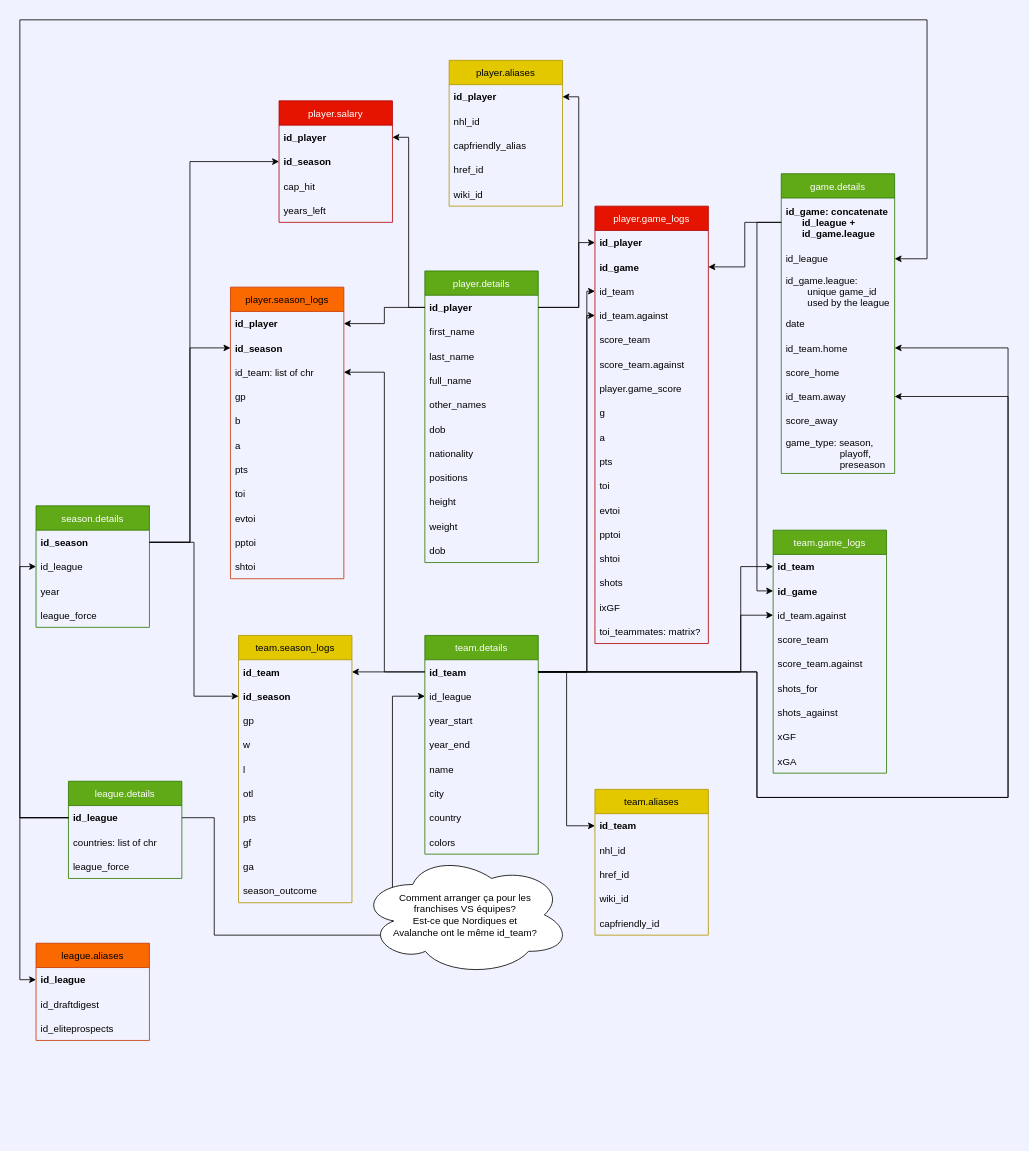
Before: diagrams/trade_elements/global_diagram.drawio in hubcad25/nhl_trade_market, a draw.io diagram. Source tidied: cells renumbered, new cells numbered last; positions are measured from the earlier drawing's top-left corner, leaving out a move shared by most shapes. Both pictures are drawn from the tidied source at 81%, with x=0, y=0 at pixel (19, 19).
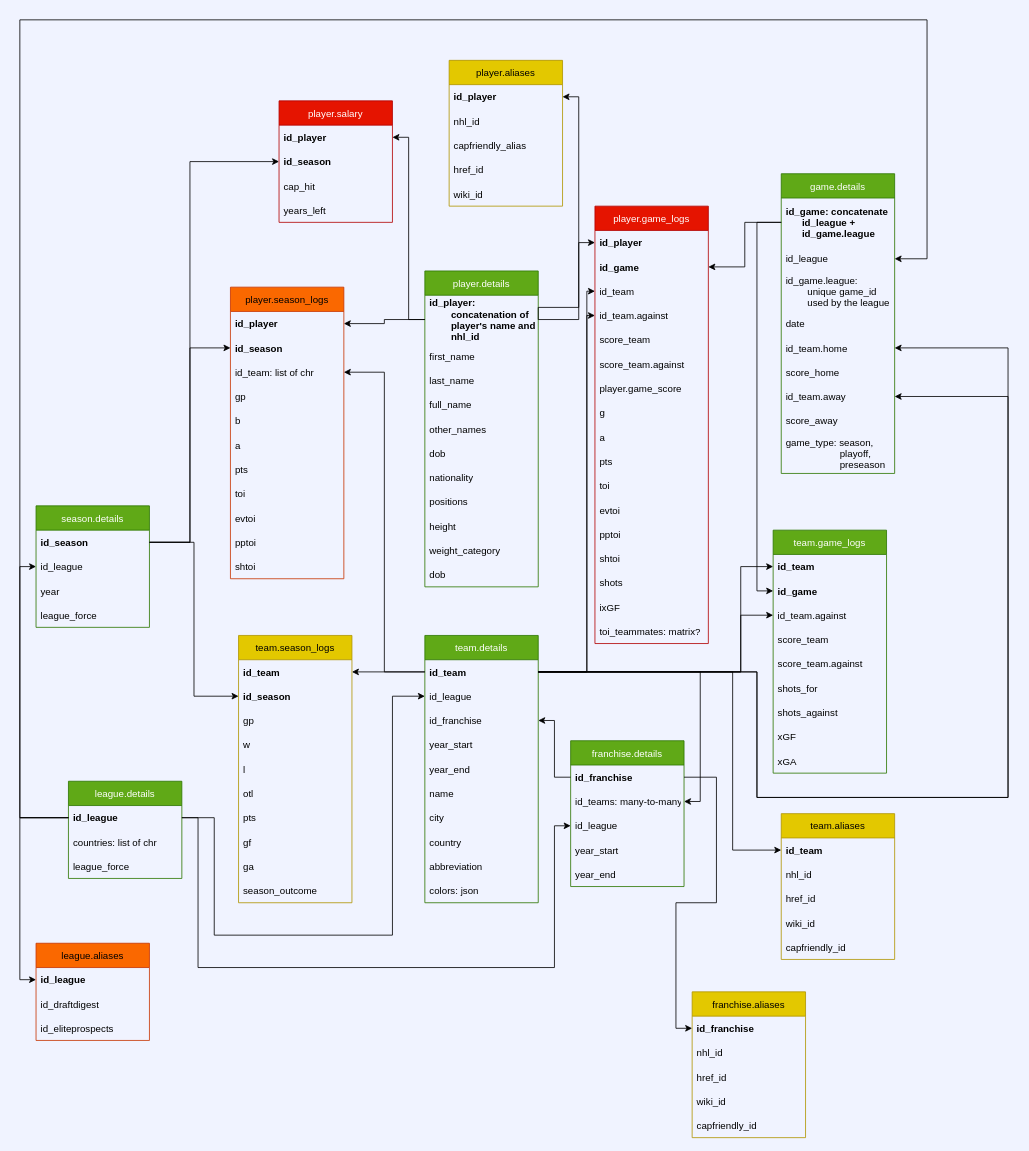
After the change.

Unchanged cells that the change refers to:
```xml
<mxCell id="56" value="id_team" style="text;strokeColor=none;fillColor=none;align=left;verticalAlign=middle;spacingLeft=4;spacingRight=4;overflow=hidden;points=[[0,0.5],[1,0.5]];portConstraint=eastwest;fontStyle=1;" parent="55" vertex="1">
  <mxGeometry y="30" width="140" height="30" as="geometry" />
</mxCell>
<mxCell id="65" value="id_team" style="text;strokeColor=none;fillColor=none;align=left;verticalAlign=middle;spacingLeft=4;spacingRight=4;overflow=hidden;points=[[0,0.5],[1,0.5]];portConstraint=eastwest;fontStyle=1;" parent="64" vertex="1">
  <mxGeometry y="30" width="140" height="30" as="geometry" />
</mxCell>
<mxCell id="97" value="id_league" style="text;strokeColor=none;fillColor=none;align=left;verticalAlign=middle;spacingLeft=4;spacingRight=4;overflow=hidden;points=[[0,0.5],[1,0.5]];portConstraint=eastwest;fontStyle=1;" parent="96" vertex="1">
  <mxGeometry y="30" width="140" height="30" as="geometry" />
</mxCell>
```

Diff of the diagram source:
```diff
@@
     <mxCell id="2" value="player.details" style="swimlane;fontStyle=0;horizontal=1;startSize=30;fillColor=#60a917;strokeColor=#2D7600;fontColor=#ffffff;" parent="1" vertex="1">
-      <mxGeometry x="500" y="310" width="140" height="360" as="geometry" />
+      <mxGeometry x="500" y="310" width="140" height="390" as="geometry" />
     </mxCell>
-    <mxCell id="3" value="id_player" style="text;strokeColor=none;fillColor=none;align=left;verticalAlign=middle;spacingLeft=4;spacingRight=4;overflow=hidden;points=[[0,0.5],[1,0.5]];portConstraint=eastwest;fontStyle=1;" parent="2" vertex="1">
-      <mxGeometry y="30" width="140" height="30" as="geometry" />
+    <mxCell id="3" value="id_player:&#10;        concatenation of&#10;        player's name and&#10;        nhl_id " style="text;strokeColor=none;fillColor=none;align=left;verticalAlign=middle;spacingLeft=4;spacingRight=4;overflow=hidden;points=[[0,0.5],[1,0.5]];portConstraint=eastwest;fontStyle=1;" parent="2" vertex="1">
+      <mxGeometry y="30" width="140" height="60" as="geometry" />
     </mxCell>
     <mxCell id="4" value="first_name   " style="text;strokeColor=none;fillColor=none;align=left;verticalAlign=middle;spacingLeft=4;spacingRight=4;overflow=hidden;" parent="2" vertex="1">
-      <mxGeometry y="60" width="140" height="30" as="geometry" />
+      <mxGeometry y="90" width="140" height="30" as="geometry" />
     </mxCell>
     <mxCell id="5" value="last_name" style="text;strokeColor=none;fillColor=none;align=left;verticalAlign=middle;spacingLeft=4;spacingRight=4;overflow=hidden;" parent="2" vertex="1">
-      <mxGeometry y="90" width="140" height="30" as="geometry" />
+      <mxGeometry y="120" width="140" height="30" as="geometry" />
     </mxCell>
     <mxCell id="6" value="full_name" style="text;strokeColor=none;fillColor=none;align=left;verticalAlign=middle;spacingLeft=4;spacingRight=4;overflow=hidden;" parent="2" vertex="1">
-      <mxGeometry y="120" width="140" height="30" as="geometry" />
+      <mxGeometry y="150" width="140" height="30" as="geometry" />
     </mxCell>
     <mxCell id="7" value="other_names" style="text;strokeColor=none;fillColor=none;align=left;verticalAlign=middle;spacingLeft=4;spacingRight=4;overflow=hidden;" parent="2" vertex="1">
-      <mxGeometry y="150" width="140" height="30" as="geometry" />
+      <mxGeometry y="180" width="140" height="30" as="geometry" />
     </mxCell>
     <mxCell id="8" value="dob" style="text;strokeColor=none;fillColor=none;align=left;verticalAlign=middle;spacingLeft=4;spacingRight=4;overflow=hidden;" parent="2" vertex="1">
-      <mxGeometry y="180" width="140" height="30" as="geometry" />
+      <mxGeometry y="210" width="140" height="30" as="geometry" />
     </mxCell>
     <mxCell id="9" value="nationality" style="text;strokeColor=none;fillColor=none;align=left;verticalAlign=middle;spacingLeft=4;spacingRight=4;overflow=hidden;" parent="2" vertex="1">
-      <mxGeometry y="210" width="140" height="30" as="geometry" />
+      <mxGeometry y="240" width="140" height="30" as="geometry" />
     </mxCell>
     <mxCell id="10" value="positions" style="text;strokeColor=none;fillColor=none;align=left;verticalAlign=middle;spacingLeft=4;spacingRight=4;overflow=hidden;" parent="2" vertex="1">
-      <mxGeometry y="240" width="140" height="30" as="geometry" />
+      <mxGeometry y="270" width="140" height="30" as="geometry" />
     </mxCell>
     <mxCell id="11" value="height" style="text;strokeColor=none;fillColor=none;align=left;verticalAlign=middle;spacingLeft=4;spacingRight=4;overflow=hidden;" parent="2" vertex="1">
-      <mxGeometry y="270" width="140" height="30" as="geometry" />
+      <mxGeometry y="300" width="140" height="30" as="geometry" />
     </mxCell>
-    <mxCell id="12" value="weight" style="text;strokeColor=none;fillColor=none;align=left;verticalAlign=middle;spacingLeft=4;spacingRight=4;overflow=hidden;" parent="2" vertex="1">
-      <mxGeometry y="300" width="140" height="30" as="geometry" />
+    <mxCell id="12" value="weight_category" style="text;strokeColor=none;fillColor=none;align=left;verticalAlign=middle;spacingLeft=4;spacingRight=4;overflow=hidden;" parent="2" vertex="1">
+      <mxGeometry y="330" width="140" height="30" as="geometry" />
     </mxCell>
     <mxCell id="13" value="dob" style="text;strokeColor=none;fillColor=none;align=left;verticalAlign=middle;spacingLeft=4;spacingRight=4;overflow=hidden;" parent="2" vertex="1">
-      <mxGeometry y="330" width="140" height="30" as="geometry" />
+      <mxGeometry y="360" width="140" height="30" as="geometry" />
     </mxCell>
@@
     <mxCell id="55" value="team.details" style="swimlane;fontStyle=0;horizontal=1;startSize=30;fillColor=#60a917;fontColor=#ffffff;strokeColor=#2D7600;" parent="1" vertex="1">
-      <mxGeometry x="500" y="760" width="140" height="270" as="geometry" />
+      <mxGeometry x="500" y="760" width="140" height="330" as="geometry" />
     </mxCell>
@@
-    <mxCell id="58" value="year_start" style="text;strokeColor=none;fillColor=none;align=left;verticalAlign=middle;spacingLeft=4;spacingRight=4;overflow=hidden;points=[[0,0.5],[1,0.5]];portConstraint=eastwest;" parent="55" vertex="1">
+    <mxCell id="58" value="id_franchise" style="text;strokeColor=none;fillColor=none;align=left;verticalAlign=middle;spacingLeft=4;spacingRight=4;overflow=hidden;points=[[0,0.5],[1,0.5]];portConstraint=eastwest;" parent="55" vertex="1">
       <mxGeometry y="90" width="140" height="30" as="geometry" />
     </mxCell>
+    <mxCell id="137" value="year_start" style="text;strokeColor=none;fillColor=none;align=left;verticalAlign=middle;spacingLeft=4;spacingRight=4;overflow=hidden;" parent="55" vertex="1">
+      <mxGeometry y="120" width="140" height="30" as="geometry" />
+    </mxCell>
     <mxCell id="59" value="year_end" style="text;strokeColor=none;fillColor=none;align=left;verticalAlign=middle;spacingLeft=4;spacingRight=4;overflow=hidden;" parent="55" vertex="1">
-      <mxGeometry y="120" width="140" height="30" as="geometry" />
+      <mxGeometry y="150" width="140" height="30" as="geometry" />
     </mxCell>
     <mxCell id="60" value="name" style="text;strokeColor=none;fillColor=none;align=left;verticalAlign=middle;spacingLeft=4;spacingRight=4;overflow=hidden;" parent="55" vertex="1">
-      <mxGeometry y="150" width="140" height="30" as="geometry" />
+      <mxGeometry y="180" width="140" height="30" as="geometry" />
     </mxCell>
     <mxCell id="61" value="city" style="text;strokeColor=none;fillColor=none;align=left;verticalAlign=middle;spacingLeft=4;spacingRight=4;overflow=hidden;" parent="55" vertex="1">
-      <mxGeometry y="180" width="140" height="30" as="geometry" />
+      <mxGeometry y="210" width="140" height="30" as="geometry" />
     </mxCell>
     <mxCell id="62" value="country" style="text;strokeColor=none;fillColor=none;align=left;verticalAlign=middle;spacingLeft=4;spacingRight=4;overflow=hidden;" parent="55" vertex="1">
-      <mxGeometry y="210" width="140" height="30" as="geometry" />
+      <mxGeometry y="240" width="140" height="30" as="geometry" />
     </mxCell>
+    <mxCell id="138" value="abbreviation" style="text;strokeColor=none;fillColor=none;align=left;verticalAlign=middle;spacingLeft=4;spacingRight=4;overflow=hidden;" parent="55" vertex="1">
+      <mxGeometry y="270" width="140" height="30" as="geometry" />
+    </mxCell>
-    <mxCell id="63" value="colors" style="text;strokeColor=none;fillColor=none;align=left;verticalAlign=middle;spacingLeft=4;spacingRight=4;overflow=hidden;" parent="55" vertex="1">
-      <mxGeometry y="240" width="140" height="30" as="geometry" />
+    <mxCell id="63" value="colors: json" style="text;strokeColor=none;fillColor=none;align=left;verticalAlign=middle;spacingLeft=4;spacingRight=4;overflow=hidden;" parent="55" vertex="1">
+      <mxGeometry y="300" width="140" height="30" as="geometry" />
     </mxCell>
     <mxCell id="64" value="team.aliases" style="swimlane;fontStyle=0;horizontal=1;startSize=30;fillColor=#e3c800;fontColor=#000000;strokeColor=#B09500;" parent="1" vertex="1">
-      <mxGeometry x="710" y="950" width="140" height="180" as="geometry" />
+      <mxGeometry x="940" y="980" width="140" height="180" as="geometry" />
     </mxCell>
@@
     <mxCell id="127" style="edgeStyle=orthogonalEdgeStyle;rounded=0;jettySize=auto;html=1;exitX=1;exitY=0.5;exitDx=0;exitDy=0;" parent="1" edge="1" source="56" target="65">
-      <mxGeometry relative="1" as="geometry" />
+      <mxGeometry relative="1" as="geometry">
+        <Array as="points">
+          <mxPoint x="880" y="805" />
+          <mxPoint x="880" y="1025" />
+        </Array>
+      </mxGeometry>
     </mxCell>
@@
-    <mxCell id="136" value="Comment arranger ça pour les&lt;br&gt;franchises VS équipes?&lt;br&gt;Est-ce que Nordiques et&lt;br&gt;Avalanche ont le même id_team?" style="ellipse;shape=cloud;whiteSpace=wrap;html=1;" parent="1" vertex="1">
-      <mxGeometry x="420" y="1030" width="260" height="150" as="geometry" />
-    </mxCell>
+    <mxCell id="139" value="franchise.details" style="swimlane;fontStyle=0;horizontal=1;startSize=30;fillColor=#60a917;fontColor=#ffffff;strokeColor=#2D7600;" parent="1" vertex="1">
+      <mxGeometry x="680" y="890" width="140" height="180" as="geometry" />
+    </mxCell>
+    <mxCell id="140" value="id_franchise" style="text;strokeColor=none;fillColor=none;align=left;verticalAlign=middle;spacingLeft=4;spacingRight=4;overflow=hidden;points=[[0,0.5],[1,0.5]];portConstraint=eastwest;fontStyle=1;" parent="139" vertex="1">
+      <mxGeometry y="30" width="140" height="30" as="geometry" />
+    </mxCell>
+    <mxCell id="141" value="id_teams: many-to-many" style="text;strokeColor=none;fillColor=none;align=left;verticalAlign=middle;spacingLeft=4;spacingRight=4;overflow=hidden;points=[[0,0.5],[1,0.5]];portConstraint=eastwest;" parent="139" vertex="1">
+      <mxGeometry y="60" width="140" height="30" as="geometry" />
+    </mxCell>
+    <mxCell id="142" value="id_league" style="text;strokeColor=none;fillColor=none;align=left;verticalAlign=middle;spacingLeft=4;spacingRight=4;overflow=hidden;points=[[0,0.5],[1,0.5]];portConstraint=eastwest;" parent="139" vertex="1">
+      <mxGeometry y="90" width="140" height="30" as="geometry" />
+    </mxCell>
+    <mxCell id="143" value="year_start" style="text;strokeColor=none;fillColor=none;align=left;verticalAlign=middle;spacingLeft=4;spacingRight=4;overflow=hidden;" parent="139" vertex="1">
+      <mxGeometry y="120" width="140" height="30" as="geometry" />
+    </mxCell>
+    <mxCell id="144" value="year_end" style="text;strokeColor=none;fillColor=none;align=left;verticalAlign=middle;spacingLeft=4;spacingRight=4;overflow=hidden;" parent="139" vertex="1">
+      <mxGeometry y="150" width="140" height="30" as="geometry" />
+    </mxCell>
+    <mxCell id="145" style="edgeStyle=orthogonalEdgeStyle;rounded=0;jettySize=auto;html=1;exitX=0;exitY=0.5;exitDx=0;exitDy=0;" parent="1" edge="1" source="140" target="58">
+      <mxGeometry relative="1" as="geometry" />
+    </mxCell>
+    <mxCell id="146" style="edgeStyle=orthogonalEdgeStyle;rounded=0;jettySize=auto;html=1;exitX=1;exitY=0.5;exitDx=0;exitDy=0;" parent="1" edge="1" source="97" target="142">
+      <mxGeometry relative="1" as="geometry">
+        <Array as="points">
+          <mxPoint x="220" y="985" />
+          <mxPoint x="220" y="1170" />
+          <mxPoint x="660" y="1170" />
+          <mxPoint x="660" y="995" />
+        </Array>
+      </mxGeometry>
+    </mxCell>
+    <mxCell id="147" style="edgeStyle=orthogonalEdgeStyle;rounded=0;jettySize=auto;html=1;exitX=1;exitY=0.5;exitDx=0;exitDy=0;entryX=1;entryY=0.5;entryDx=0;entryDy=0;" parent="1" edge="1" source="56" target="141">
+      <mxGeometry relative="1" as="geometry" />
+    </mxCell>
+    <mxCell id="148" value="franchise.aliases" style="swimlane;fontStyle=0;horizontal=1;startSize=30;fillColor=#e3c800;fontColor=#000000;strokeColor=#B09500;" parent="1" vertex="1">
+      <mxGeometry x="830" y="1200" width="140" height="180" as="geometry" />
+    </mxCell>
+    <mxCell id="149" value="id_franchise" style="text;strokeColor=none;fillColor=none;align=left;verticalAlign=middle;spacingLeft=4;spacingRight=4;overflow=hidden;points=[[0,0.5],[1,0.5]];portConstraint=eastwest;fontStyle=1;" parent="148" vertex="1">
+      <mxGeometry y="30" width="140" height="30" as="geometry" />
+    </mxCell>
+    <mxCell id="150" value="nhl_id" style="text;strokeColor=none;fillColor=none;align=left;verticalAlign=middle;spacingLeft=4;spacingRight=4;overflow=hidden;" parent="148" vertex="1">
+      <mxGeometry y="60" width="140" height="30" as="geometry" />
+    </mxCell>
+    <mxCell id="151" value="href_id" style="text;strokeColor=none;fillColor=none;align=left;verticalAlign=middle;spacingLeft=4;spacingRight=4;overflow=hidden;" parent="148" vertex="1">
+      <mxGeometry y="90" width="140" height="30" as="geometry" />
+    </mxCell>
+    <mxCell id="152" value="wiki_id" style="text;strokeColor=none;fillColor=none;align=left;verticalAlign=middle;spacingLeft=4;spacingRight=4;overflow=hidden;" parent="148" vertex="1">
+      <mxGeometry y="120" width="140" height="30" as="geometry" />
+    </mxCell>
+    <mxCell id="153" value="capfriendly_id" style="text;strokeColor=none;fillColor=none;align=left;verticalAlign=middle;spacingLeft=4;spacingRight=4;overflow=hidden;" parent="148" vertex="1">
+      <mxGeometry y="150" width="140" height="30" as="geometry" />
+    </mxCell>
+    <mxCell id="154" style="edgeStyle=orthogonalEdgeStyle;rounded=0;jettySize=auto;html=1;exitX=1;exitY=0.5;exitDx=0;exitDy=0;" parent="1" edge="1" source="140" target="149">
+      <mxGeometry relative="1" as="geometry">
+        <Array as="points">
+          <mxPoint x="860" y="935" />
+          <mxPoint x="860" y="1090" />
+          <mxPoint x="810" y="1090" />
+          <mxPoint x="810" y="1245" />
+        </Array>
+      </mxGeometry>
+    </mxCell>
```
